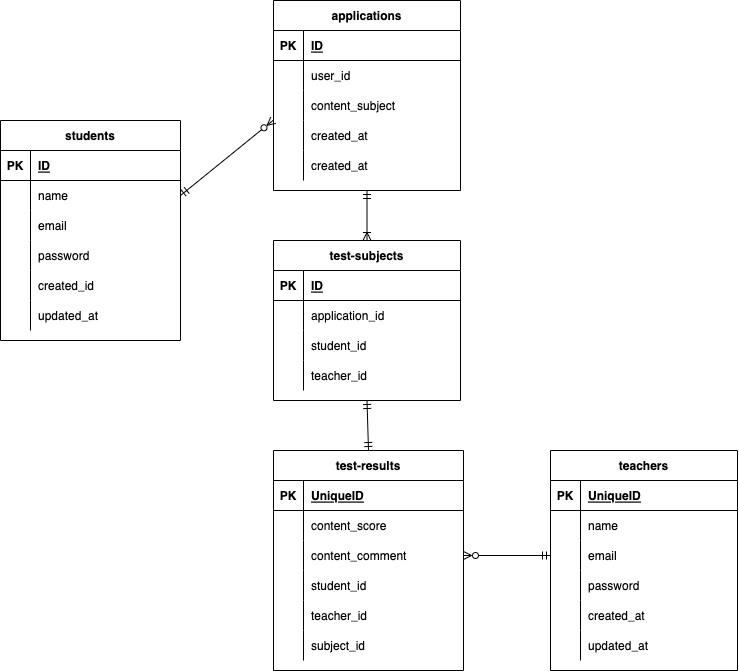
kengokonishi0824/DB-arrangement keeps this draw.io diagram as DB_arrangemant.drawio.png. Above is the earlier version. Source tidied: cells renumbered, new cells last; positions are measured from the earlier drawing's top-left corner, leaving out a move shared by most shapes.
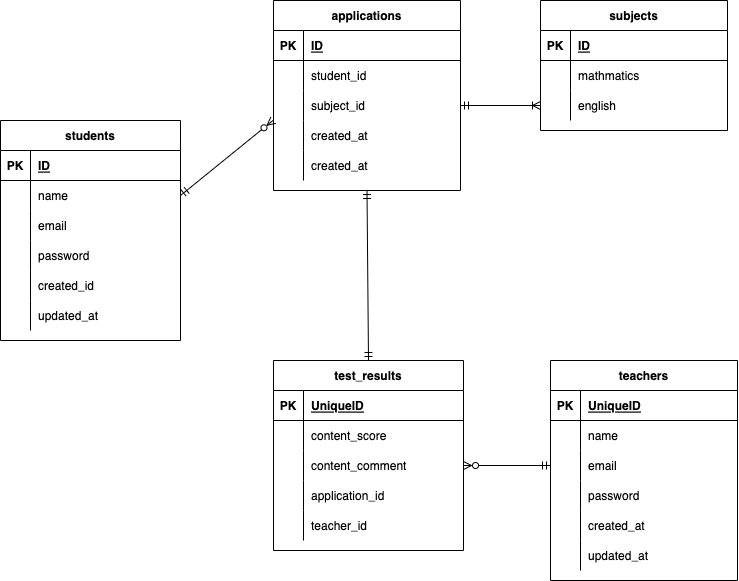
Later version of the same file.

Diff of the diagram source:
```diff
@@ -60,7 +60,7 @@
       <mxGeometry x="30" width="150" height="30" as="geometry" />
     </mxCell>
     <mxCell id="21" value="teachers" style="shape=table;startSize=30;rowLines=0;fontStyle=1;align=center;" parent="1" vertex="1">
-      <mxGeometry x="550" y="450" width="187" height="220" as="geometry" />
+      <mxGeometry x="550" y="360" width="187" height="220" as="geometry" />
     </mxCell>
     <mxCell id="22" style="shape=partialRectangle;fillColor=none;top=0;left=0;bottom=1;right=0;" parent="21" vertex="1">
       <mxGeometry y="30" width="187" height="30" as="geometry" />
@@ -116,8 +116,8 @@
     <mxCell id="39" value="updated_at" style="shape=partialRectangle;fillColor=none;top=0;left=0;bottom=0;right=0;align=left;spacingLeft=6;overflow=hidden;" parent="37" vertex="1">
       <mxGeometry x="30" width="157" height="30" as="geometry" />
     </mxCell>
-    <mxCell id="40" value="test-results" style="shape=table;startSize=30;rowLines=0;fontStyle=1;align=center;" parent="1" vertex="1">
-      <mxGeometry x="273" y="450" width="190" height="220" as="geometry" />
+    <mxCell id="40" value="test_results" style="shape=table;startSize=30;rowLines=0;fontStyle=1;align=center;" parent="1" vertex="1">
+      <mxGeometry x="273" y="360" width="190" height="190" as="geometry" />
     </mxCell>
     <mxCell id="41" style="shape=partialRectangle;fillColor=none;top=0;left=0;bottom=1;right=0;" parent="40" vertex="1">
       <mxGeometry y="30" width="190" height="30" as="geometry" />
@@ -152,7 +152,7 @@
     <mxCell id="51" style="shape=partialRectangle;fillColor=none;top=0;left=0;bottom=0;right=0;overflow=hidden;" parent="50" vertex="1">
       <mxGeometry width="30" height="30" as="geometry" />
     </mxCell>
-    <mxCell id="52" value="student_id" style="shape=partialRectangle;fillColor=none;top=0;left=0;bottom=0;right=0;align=left;spacingLeft=6;overflow=hidden;" parent="50" vertex="1">
+    <mxCell id="52" value="application_id" style="shape=partialRectangle;fillColor=none;top=0;left=0;bottom=0;right=0;align=left;spacingLeft=6;overflow=hidden;" parent="50" vertex="1">
       <mxGeometry x="30" width="160" height="30" as="geometry" />
     </mxCell>
     <mxCell id="53" style="shape=partialRectangle;fillColor=none;top=0;left=0;bottom=0;right=0;" parent="40" vertex="1">
@@ -164,15 +164,6 @@
     <mxCell id="55" value="teacher_id" style="shape=partialRectangle;fillColor=none;top=0;left=0;bottom=0;right=0;align=left;spacingLeft=6;overflow=hidden;" parent="53" vertex="1">
       <mxGeometry x="30" width="160" height="30" as="geometry" />
     </mxCell>
-    <mxCell id="56" style="shape=partialRectangle;fillColor=none;top=0;left=0;bottom=0;right=0;" parent="40" vertex="1">
-      <mxGeometry y="180" width="190" height="30" as="geometry" />
-    </mxCell>
-    <mxCell id="57" style="shape=partialRectangle;fillColor=none;top=0;left=0;bottom=0;right=0;overflow=hidden;" parent="56" vertex="1">
-      <mxGeometry width="30" height="30" as="geometry" />
-    </mxCell>
-    <mxCell id="58" value="subject_id" style="shape=partialRectangle;fillColor=none;top=0;left=0;bottom=0;right=0;align=left;spacingLeft=6;overflow=hidden;" parent="56" vertex="1">
-      <mxGeometry x="30" width="160" height="30" as="geometry" />
-    </mxCell>
     <mxCell id="59" value="applications" style="shape=table;startSize=30;rowLines=0;fontStyle=1;align=center;" parent="1" vertex="1">
       <mxGeometry x="273" width="187" height="190" as="geometry" />
     </mxCell>
@@ -191,18 +182,18 @@
     <mxCell id="64" style="shape=partialRectangle;fillColor=none;top=0;left=0;bottom=0;right=0;overflow=hidden;" parent="63" vertex="1">
       <mxGeometry width="30" height="30" as="geometry" />
     </mxCell>
-    <mxCell id="65" value="user_id" style="shape=partialRectangle;fillColor=none;top=0;left=0;bottom=0;right=0;align=left;spacingLeft=6;overflow=hidden;" parent="63" vertex="1">
+    <mxCell id="65" value="student_id" style="shape=partialRectangle;fillColor=none;top=0;left=0;bottom=0;right=0;align=left;spacingLeft=6;overflow=hidden;" parent="63" vertex="1">
       <mxGeometry x="30" width="157" height="30" as="geometry" />
     </mxCell>
-    <mxCell id="66" style="shape=partialRectangle;fillColor=none;top=0;left=0;bottom=0;right=0;" parent="59" vertex="1">
-      <mxGeometry y="90" width="187" height="30" as="geometry" />
-    </mxCell>
-    <mxCell id="67" style="shape=partialRectangle;fillColor=none;top=0;left=0;bottom=0;right=0;overflow=hidden;" parent="66" vertex="1">
-      <mxGeometry width="30" height="30" as="geometry" />
-    </mxCell>
-    <mxCell id="68" value="content_subject" style="shape=partialRectangle;fillColor=none;top=0;left=0;bottom=0;right=0;align=left;spacingLeft=6;overflow=hidden;" parent="66" vertex="1">
-      <mxGeometry x="30" width="157" height="30" as="geometry" />
-    </mxCell>
+    <mxCell id="92" style="shape=partialRectangle;fillColor=none;top=0;left=0;bottom=0;right=0;points=[[0,0.5],[1,0.5]];portConstraint=eastwest;" parent="59" vertex="1">
+      <mxGeometry y="90" width="187" height="30" as="geometry" />
+    </mxCell>
+    <mxCell id="93" style="shape=partialRectangle;fillColor=none;top=0;left=0;bottom=0;right=0;overflow=hidden;" parent="92" vertex="1">
+      <mxGeometry width="30" height="30" as="geometry" />
+    </mxCell>
+    <mxCell id="58" value="subject_id" style="shape=partialRectangle;fillColor=none;top=0;left=0;bottom=0;right=0;align=left;spacingLeft=6;overflow=hidden;" parent="92" vertex="1">
+      <mxGeometry x="30" width="157" height="30" as="geometry" />
+    </mxCell>
     <mxCell id="69" style="shape=partialRectangle;fillColor=none;top=0;left=0;bottom=0;right=0;points=[[0,0.5],[1,0.5]];portConstraint=eastwest;" parent="59" vertex="1">
       <mxGeometry y="120" width="187" height="30" as="geometry" />
     </mxCell>
@@ -221,8 +212,8 @@
     <mxCell id="74" value="created_at" style="shape=partialRectangle;fillColor=none;top=0;left=0;bottom=0;right=0;align=left;spacingLeft=6;overflow=hidden;" parent="72" vertex="1">
       <mxGeometry x="30" width="157" height="30" as="geometry" />
     </mxCell>
-    <mxCell id="75" value="test-subjects" style="shape=table;startSize=30;rowLines=0;fontStyle=1;align=center;" parent="1" vertex="1">
-      <mxGeometry x="273" y="240" width="187" height="160" as="geometry" />
+    <mxCell id="75" value="subjects" style="shape=table;startSize=30;rowLines=0;fontStyle=1;align=center;" parent="1" vertex="1">
+      <mxGeometry x="540" width="187" height="130" as="geometry" />
     </mxCell>
     <mxCell id="76" style="shape=partialRectangle;fillColor=none;top=0;left=0;bottom=1;right=0;" parent="75" vertex="1">
       <mxGeometry y="30" width="187" height="30" as="geometry" />
@@ -239,34 +230,25 @@
     <mxCell id="80" style="shape=partialRectangle;fillColor=none;top=0;left=0;bottom=0;right=0;overflow=hidden;" parent="79" vertex="1">
       <mxGeometry width="30" height="30" as="geometry" />
     </mxCell>
-    <mxCell id="81" value="application_id" style="shape=partialRectangle;fillColor=none;top=0;left=0;bottom=0;right=0;align=left;spacingLeft=6;overflow=hidden;" parent="79" vertex="1">
+    <mxCell id="81" value="mathmatics" style="shape=partialRectangle;fillColor=none;top=0;left=0;bottom=0;right=0;align=left;spacingLeft=6;overflow=hidden;" parent="79" vertex="1">
       <mxGeometry x="30" width="157" height="30" as="geometry" />
     </mxCell>
-    <mxCell id="82" style="shape=partialRectangle;fillColor=none;top=0;left=0;bottom=0;right=0;" parent="75" vertex="1">
-      <mxGeometry y="90" width="187" height="30" as="geometry" />
-    </mxCell>
-    <mxCell id="83" style="shape=partialRectangle;fillColor=none;top=0;left=0;bottom=0;right=0;overflow=hidden;" parent="82" vertex="1">
-      <mxGeometry width="30" height="30" as="geometry" />
-    </mxCell>
-    <mxCell id="84" value="student_id" style="shape=partialRectangle;fillColor=none;top=0;left=0;bottom=0;right=0;align=left;spacingLeft=6;overflow=hidden;" parent="82" vertex="1">
-      <mxGeometry x="30" width="157" height="30" as="geometry" />
-    </mxCell>
-    <mxCell id="85" style="shape=partialRectangle;fillColor=none;top=0;left=0;bottom=0;right=0;" parent="75" vertex="1">
-      <mxGeometry y="120" width="187" height="30" as="geometry" />
-    </mxCell>
-    <mxCell id="86" style="shape=partialRectangle;fillColor=none;top=0;left=0;bottom=0;right=0;overflow=hidden;" parent="85" vertex="1">
-      <mxGeometry width="30" height="30" as="geometry" />
-    </mxCell>
-    <mxCell id="87" value="teacher_id" style="shape=partialRectangle;fillColor=none;top=0;left=0;bottom=0;right=0;align=left;spacingLeft=6;overflow=hidden;" parent="85" vertex="1">
-      <mxGeometry x="30" width="157" height="30" as="geometry" />
-    </mxCell>
+    <mxCell id="94" style="shape=partialRectangle;fillColor=none;top=0;left=0;bottom=0;right=0;points=[[0,0.5],[1,0.5]];portConstraint=eastwest;" parent="75" vertex="1">
+      <mxGeometry y="90" width="187" height="30" as="geometry" />
+    </mxCell>
+    <mxCell id="95" style="shape=partialRectangle;fillColor=none;top=0;left=0;bottom=0;right=0;overflow=hidden;" parent="94" vertex="1">
+      <mxGeometry width="30" height="30" as="geometry" />
+    </mxCell>
+    <mxCell id="96" value="english" style="shape=partialRectangle;fillColor=none;top=0;left=0;bottom=0;right=0;align=left;spacingLeft=6;overflow=hidden;" parent="94" vertex="1">
+      <mxGeometry x="30" width="157" height="30" as="geometry" />
+    </mxCell>
     <mxCell id="88" style="fontSize=12;html=1;endArrow=ERzeroToMany;startArrow=ERmandOne;endFill=0;startFill=0;entryX=-0.001;entryY=-0.009;entryDx=0;entryDy=0;entryPerimeter=0;exitX=1;exitY=0.5;exitDx=0;exitDy=0;" parent="1" edge="1" source="6" target="69">
       <mxGeometry relative="1" as="geometry" />
     </mxCell>
-    <mxCell id="89" style="fontSize=12;html=1;endArrow=ERmandOne;startArrow=ERoneToMany;endFill=0;startFill=0;entryX=0.5;entryY=1;entryDx=0;entryDy=0;exitX=0.5;exitY=0;exitDx=0;exitDy=0;" parent="1" edge="1" source="75" target="59">
+    <mxCell id="89" style="fontSize=12;html=1;endArrow=ERmandOne;startArrow=ERoneToMany;endFill=0;startFill=0;entryX=1;entryY=0.5;entryDx=0;entryDy=0;exitX=0;exitY=0.5;exitDx=0;exitDy=0;" parent="1" edge="1" source="94" target="92">
       <mxGeometry relative="1" as="geometry" />
     </mxCell>
-    <mxCell id="90" style="fontSize=12;html=1;endArrow=ERmandOne;startArrow=ERmandOne;endFill=0;startFill=0;exitX=0.5;exitY=0;exitDx=0;exitDy=0;entryX=0.5;entryY=1;entryDx=0;entryDy=0;" parent="1" edge="1" source="40" target="75">
+    <mxCell id="90" style="fontSize=12;html=1;endArrow=ERmandOne;startArrow=ERmandOne;endFill=0;startFill=0;exitX=0.5;exitY=0;exitDx=0;exitDy=0;entryX=0.5;entryY=1;entryDx=0;entryDy=0;" parent="1" edge="1" source="40" target="59">
       <mxGeometry relative="1" as="geometry" />
     </mxCell>
     <mxCell id="91" style="fontSize=12;html=1;endArrow=ERmandOne;startArrow=ERzeroToMany;endFill=0;startFill=0;exitX=1;exitY=0.5;exitDx=0;exitDy=0;entryX=0;entryY=0.5;entryDx=0;entryDy=0;" parent="1" edge="1" source="47" target="28">
```
